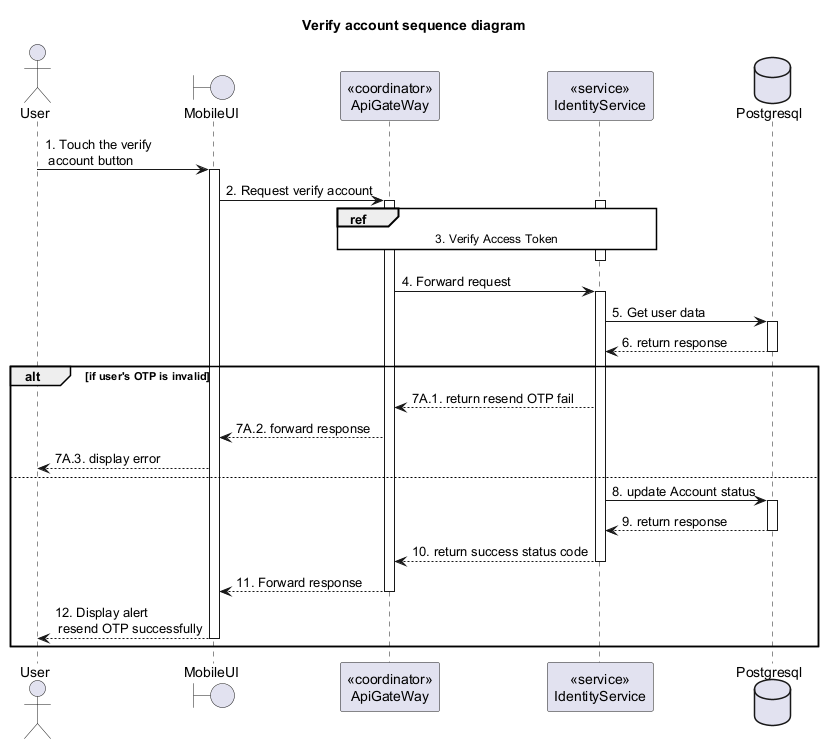
Above: doc/SDS/Identity/VerifyAccount/Sequence.png in Carl-Johnsons/tastopia (PlantUML), before the change.
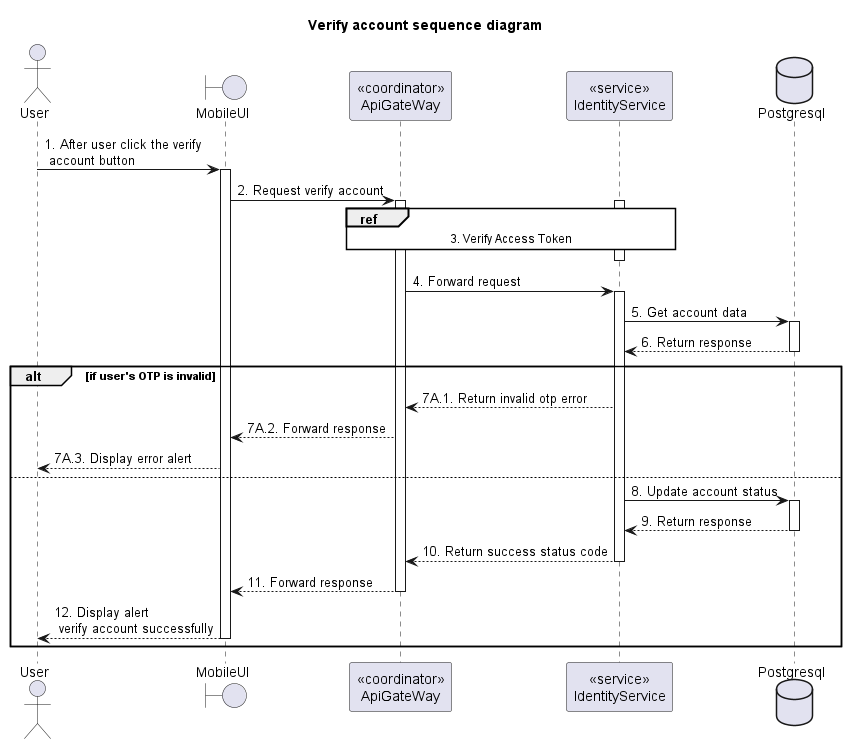
After the change.

The edit, as a diff of the source:
```diff
@@ -15,7 +15,7 @@
 participant "<<service>>\nIdentityService" as IdentityService
 database Postgresql
 
-User -> MobileUI ++: 1. Touch the verify\n account button
+User -> MobileUI ++: 1. After user click the verify\n account button
 MobileUI -> ApiGateway ++: 2. Request verify account
 
 activate IdentityService
@@ -24,19 +24,19 @@
 deactivate IdentityService
 
 ApiGateway -> IdentityService ++: 4. Forward request
-IdentityService -> Postgresql ++: 5. Get user data
-IdentityService <-- Postgresql --: 6. return response
+IdentityService -> Postgresql ++: 5. Get account data
+IdentityService <-- Postgresql --: 6. Return response
 
 alt if user's OTP is invalid
-    ApiGateway <-- IdentityService: 7A.1. return resend OTP fail
-    MobileUI <-- ApiGateway: 7A.2. forward response
-    User <-- MobileUI: 7A.3. display error
+    ApiGateway <-- IdentityService: 7A.1. Return invalid otp error
+    MobileUI <-- ApiGateway: 7A.2. Forward response
+    User <-- MobileUI: 7A.3. Display error alert
 else
-    IdentityService -> Postgresql ++: 8. update Account status
-    IdentityService <-- Postgresql --: 9. return response
-    ApiGateway <-- IdentityService --: 10. return success status code
+    IdentityService -> Postgresql ++: 8. Update account status
+    IdentityService <-- Postgresql --: 9. Return response
+    ApiGateway <-- IdentityService --: 10. Return success status code
     MobileUI <-- ApiGateway --: 11. Forward response
-    User <-- MobileUI --: 12. Display alert\n resend OTP successfully
+    User <-- MobileUI --: 12. Display alert\n verify account successfully
 end
 
 @enduml
```
